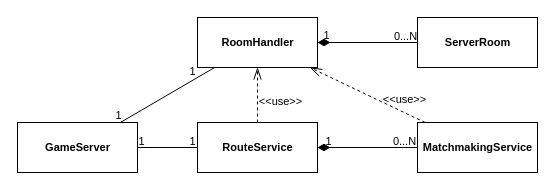
StefanoSalvatori/PPS-18-scala-omg keeps this draw.io diagram as page "architecture" (1 of 2) of doc/diagrams/server/server_class.drawio. Above is the earlier version. Source tidied: cells renumbered, new cells numbered last; positions are measured from the earlier drawing's top-left corner, leaving out a move shared by most shapes. Both pictures are drawn from the tidied source at 100%, with x=0, y=0 at pixel (17, 17).
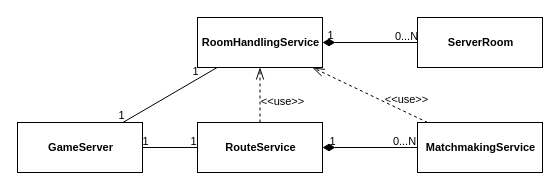
The same diagram, later.

Commit message (it also covers changes not shown here):
Modified doc to describe RoomHandlingService instead of RoomHandler

Change to the diagram source:
```diff
@@
-    <mxCell id="5" value="RoomHandler" style="html=1;fontSize=11;fontStyle=1;" parent="1" vertex="1">
-      <mxGeometry x="180" width="120" height="50" as="geometry" />
+    <mxCell id="5" value="RoomHandlingService" style="html=1;fontSize=11;fontStyle=1;" parent="1" vertex="1">
+      <mxGeometry x="180" width="125" height="50" as="geometry" />
     </mxCell>
@@
     <mxCell id="8" value="MatchmakingService" style="html=1;fontSize=11;fontStyle=1;" parent="1" vertex="1">
-      <mxGeometry x="400" y="105" width="120" height="50" as="geometry" />
+      <mxGeometry x="400" y="105" width="125" height="50" as="geometry" />
     </mxCell>
@@
     <mxCell id="14" value="RouteService" style="html=1;fontSize=11;fontStyle=1;" parent="1" vertex="1">
-      <mxGeometry x="180" y="105" width="120" height="50" as="geometry" />
+      <mxGeometry x="180" y="105" width="125" height="50" as="geometry" />
     </mxCell>
@@
     <mxCell id="21" value="GameServer" style="html=1;fontSize=11;fontStyle=1;" parent="1" vertex="1">
-      <mxGeometry y="105" width="120" height="50" as="geometry" />
+      <mxGeometry y="105" width="125" height="50" as="geometry" />
     </mxCell>
     <mxCell id="22" value="ServerRoom" style="html=1;fontSize=11;fontStyle=1;" parent="1" vertex="1">
-      <mxGeometry x="400" width="120" height="50" as="geometry" />
+      <mxGeometry x="400" width="125" height="50" as="geometry" />
     </mxCell>
```
